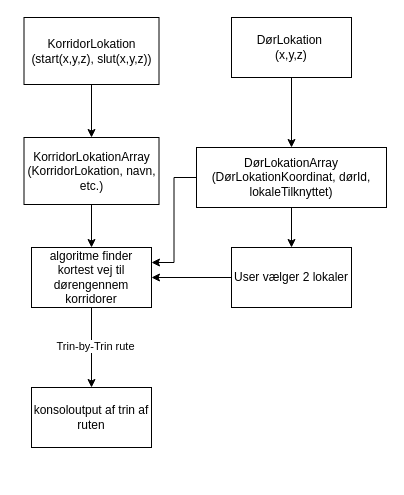
pipe-priest/Eksammensporjekt keeps this draw.io diagram as Kode til eksammensprojekt/psuedokode Flow diagram.drawio. Above is the earlier version. Source tidied: cells renumbered, new cells numbered last; positions are measured from the earlier drawing's top-left corner, leaving out a move shared by most shapes. Both pictures are drawn from the tidied source at 100%, with x=0, y=0 at pixel (24, 17).
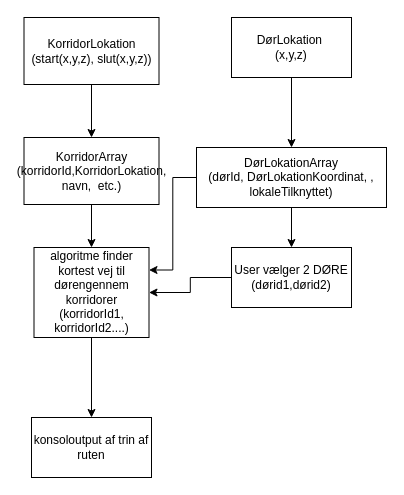
The same diagram, later.

What changed in the source:
```diff
@@
 <mxGraphModel>
   <root>
     <mxCell id="0" />
     <mxCell id="1" parent="0" />
     <mxCell id="2" style="edgeStyle=orthogonalEdgeStyle;rounded=0;jettySize=auto;html=1;" parent="1" edge="1" source="3" target="6">
       <mxGeometry relative="1" as="geometry" />
     </mxCell>
     <mxCell id="3" value="DørLokation&amp;nbsp;&lt;div&gt;(x,y,z)&lt;/div&gt;" style="rounded=0;whiteSpace=wrap;html=1;" parent="1" vertex="1">
       <mxGeometry x="207" width="120" height="60" as="geometry" />
     </mxCell>
     <mxCell id="4" style="edgeStyle=orthogonalEdgeStyle;rounded=0;jettySize=auto;html=1;" parent="1" edge="1" source="6" target="8">
       <mxGeometry relative="1" as="geometry" />
     </mxCell>
     <mxCell id="5" style="edgeStyle=orthogonalEdgeStyle;rounded=0;jettySize=auto;html=1;entryX=1;entryY=0.25;entryDx=0;entryDy=0;" parent="1" edge="1" source="6" target="11">
       <mxGeometry relative="1" as="geometry" />
     </mxCell>
-    <mxCell id="6" value="DørLokationArray&lt;div&gt;&lt;div&gt;(DørLokationKoordinat, dørId,&lt;/div&gt;&lt;div&gt;&lt;span style=&quot;background-color: transparent; color: light-dark(rgb(0, 0, 0), rgb(255, 255, 255));&quot;&gt;lokaleTilknyttet)&lt;/span&gt;&lt;/div&gt;&lt;/div&gt;" style="whiteSpace=wrap;html=1;rounded=0;" parent="1" vertex="1">
+    <mxCell id="6" value="DørLokationArray&lt;div&gt;&lt;div&gt;(&lt;span style=&quot;background-color: transparent; color: light-dark(rgb(0, 0, 0), rgb(255, 255, 255));&quot;&gt;dørId,&amp;nbsp;&lt;/span&gt;&lt;span style=&quot;background-color: transparent; color: light-dark(rgb(0, 0, 0), rgb(255, 255, 255));&quot;&gt;DørLokationKoordinat, ,&lt;/span&gt;&lt;/div&gt;&lt;div&gt;&lt;span style=&quot;background-color: transparent; color: light-dark(rgb(0, 0, 0), rgb(255, 255, 255));&quot;&gt;lokaleTilknyttet)&lt;/span&gt;&lt;/div&gt;&lt;/div&gt;" style="whiteSpace=wrap;html=1;rounded=0;" parent="1" vertex="1">
       <mxGeometry x="172" y="130" width="190" height="60" as="geometry" />
     </mxCell>
     <mxCell id="7" style="edgeStyle=orthogonalEdgeStyle;rounded=0;jettySize=auto;html=1;" parent="1" edge="1" source="8" target="11">
       <mxGeometry relative="1" as="geometry" />
     </mxCell>
-    <mxCell id="8" value="User vælger 2 lokaler" style="whiteSpace=wrap;html=1;rounded=0;" parent="1" vertex="1">
+    <mxCell id="8" value="User vælger 2 DØRE (dørid1,dørid2)" style="whiteSpace=wrap;html=1;rounded=0;" parent="1" vertex="1">
       <mxGeometry x="207" y="230" width="120" height="60" as="geometry" />
     </mxCell>
     <mxCell id="9" style="edgeStyle=orthogonalEdgeStyle;rounded=0;jettySize=auto;html=1;" parent="1" edge="1" source="11" target="14">
       <mxGeometry relative="1" as="geometry" />
     </mxCell>
-    <mxCell id="10" value="Trin-by-Trin rute" style="edgeLabel;html=1;align=center;verticalAlign=middle;" parent="9" vertex="1">
-      <mxGeometry x="-0.05" y="3" relative="1" as="geometry" />
-    </mxCell>
-    <mxCell id="11" value="algoritme finder kortest vej til dørengennem korridorer" style="whiteSpace=wrap;html=1;rounded=0;" parent="1" vertex="1">
-      <mxGeometry x="7" y="230" width="120" height="60" as="geometry" />
+    <mxCell id="11" value="algoritme finder kortest vej til dørengennem korridorer (korridorId1, korridorId2....)" style="whiteSpace=wrap;html=1;rounded=0;" parent="1" vertex="1">
+      <mxGeometry x="9.5" y="230" width="115" height="90" as="geometry" />
     </mxCell>
     <mxCell id="12" style="edgeStyle=orthogonalEdgeStyle;rounded=0;jettySize=auto;html=1;" parent="1" edge="1" source="13" target="16">
       <mxGeometry relative="1" as="geometry" />
     </mxCell>
     <mxCell id="13" value="KorridorLokation&lt;div&gt;(start(x,y,z),&amp;nbsp;&lt;span style=&quot;background-color: transparent; color: light-dark(rgb(0, 0, 0), rgb(255, 255, 255));&quot;&gt;slut(x,y,z))&lt;/span&gt;&lt;/div&gt;" style="rounded=0;whiteSpace=wrap;html=1;" parent="1" vertex="1">
       <mxGeometry x="-0.5" width="135" height="67" as="geometry" />
     </mxCell>
     <mxCell id="14" value="konsoloutput af trin af ruten" style="whiteSpace=wrap;html=1;rounded=0;" parent="1" vertex="1">
-      <mxGeometry x="7" y="370" width="120" height="60" as="geometry" />
+      <mxGeometry x="7" y="400" width="120" height="60" as="geometry" />
     </mxCell>
     <mxCell id="15" style="edgeStyle=orthogonalEdgeStyle;rounded=0;jettySize=auto;html=1;" parent="1" edge="1" source="16" target="11">
       <mxGeometry relative="1" as="geometry" />
     </mxCell>
-    <mxCell id="16" value="KorridorLokationArray&lt;div&gt;(KorridorLokation&lt;span style=&quot;background-color: transparent; color: light-dark(rgb(0, 0, 0), rgb(255, 255, 255));&quot;&gt;, navn, etc.)&lt;/span&gt;&lt;/div&gt;" style="rounded=0;whiteSpace=wrap;html=1;" parent="1" vertex="1">
+    <mxCell id="16" value="KorridorArray&lt;div&gt;(&lt;span style=&quot;background-color: transparent; color: light-dark(rgb(0, 0, 0), rgb(255, 255, 255));&quot;&gt;korridorId,&lt;/span&gt;&lt;span style=&quot;background-color: transparent; color: light-dark(rgb(0, 0, 0), rgb(255, 255, 255));&quot;&gt;KorridorLokation&lt;/span&gt;&lt;span style=&quot;background-color: transparent; color: light-dark(rgb(0, 0, 0), rgb(255, 255, 255));&quot;&gt;, navn,&amp;nbsp; etc.)&lt;/span&gt;&lt;/div&gt;" style="rounded=0;whiteSpace=wrap;html=1;" parent="1" vertex="1">
       <mxGeometry x="-0.5" y="120" width="135" height="67" as="geometry" />
     </mxCell>
   </root>
 </mxGraphModel>
```
